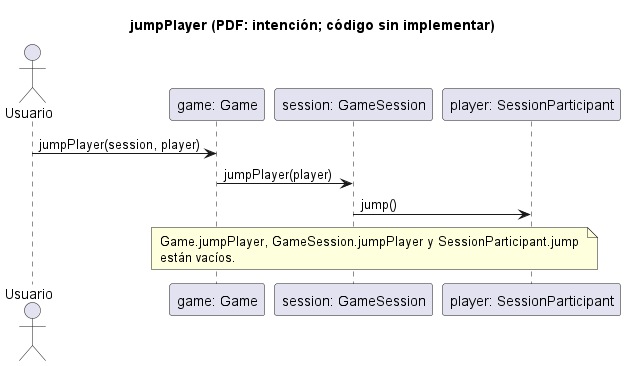
Above: docs/uml/capturas/domain-sequences_003.png in PaglkG/ProyectoFinal-Dopo (PlantUML), before the change. Source of this version:
```plantuml
@startuml
title jumpPlayer (PDF: intención; código sin implementar)
actor Usuario
participant "game: Game" as G
participant "session: GameSession" as S
participant "player: SessionParticipant" as P
Usuario -> G: jumpPlayer(session, player)
G -> S: jumpPlayer(player)
S -> P: jump()
note over G,P
  Game.jumpPlayer, GameSession.jumpPlayer y SessionParticipant.jump
  están vacíos.
end note
@enduml
```
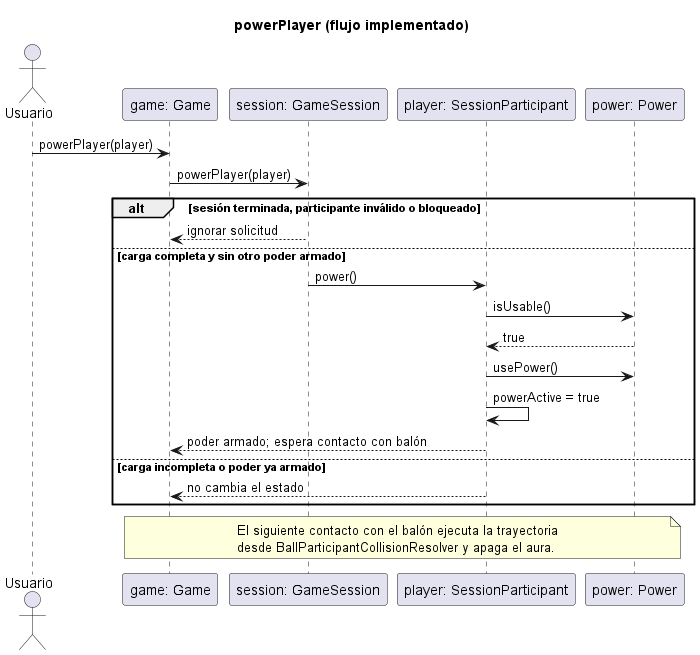
Above is the later version.

Diff of the diagram source:
```diff
@@ -1,14 +1,26 @@
 @startuml
-title jumpPlayer (PDF: intención; código sin implementar)
+title powerPlayer (flujo implementado)
 actor Usuario
 participant "game: Game" as G
 participant "session: GameSession" as S
 participant "player: SessionParticipant" as P
-Usuario -> G: jumpPlayer(session, player)
-G -> S: jumpPlayer(player)
-S -> P: jump()
-note over G,P
-  Game.jumpPlayer, GameSession.jumpPlayer y SessionParticipant.jump
-  están vacíos.
+participant "power: Power" as W
+Usuario -> G: powerPlayer(player)
+G -> S: powerPlayer(player)
+alt sesión terminada, participante inválido o bloqueado
+  S --> G: ignorar solicitud
+else carga completa y sin otro poder armado
+  S -> P: power()
+  P -> W: isUsable()
+  W --> P: true
+  P -> W: usePower()
+  P -> P: powerActive = true
+  P --> G: poder armado; espera contacto con balón
+else carga incompleta o poder ya armado
+  P --> G: no cambia el estado
+end
+note over G,W
+  El siguiente contacto con el balón ejecuta la trayectoria
+  desde BallParticipantCollisionResolver y apaga el aura.
 end note
 @enduml
```
